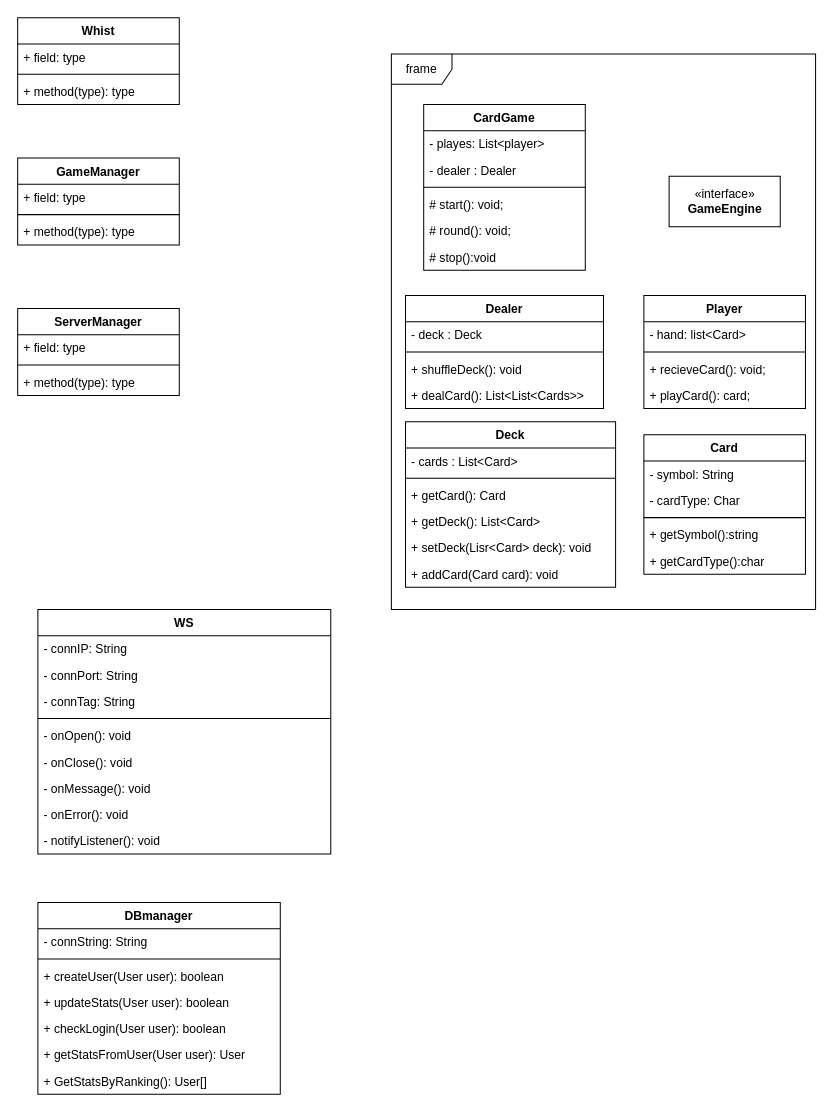
MarcusBou/KortKlubben keeps this draw.io diagram as KlasseDiagram.drawio. Above is the earlier version. Source tidied: cells renumbered, new cells numbered last; positions are measured from the earlier drawing's top-left corner, leaving out a move shared by most shapes. Both pictures are drawn from the tidied source at 101%, with x=0, y=0 at pixel (17, 17).
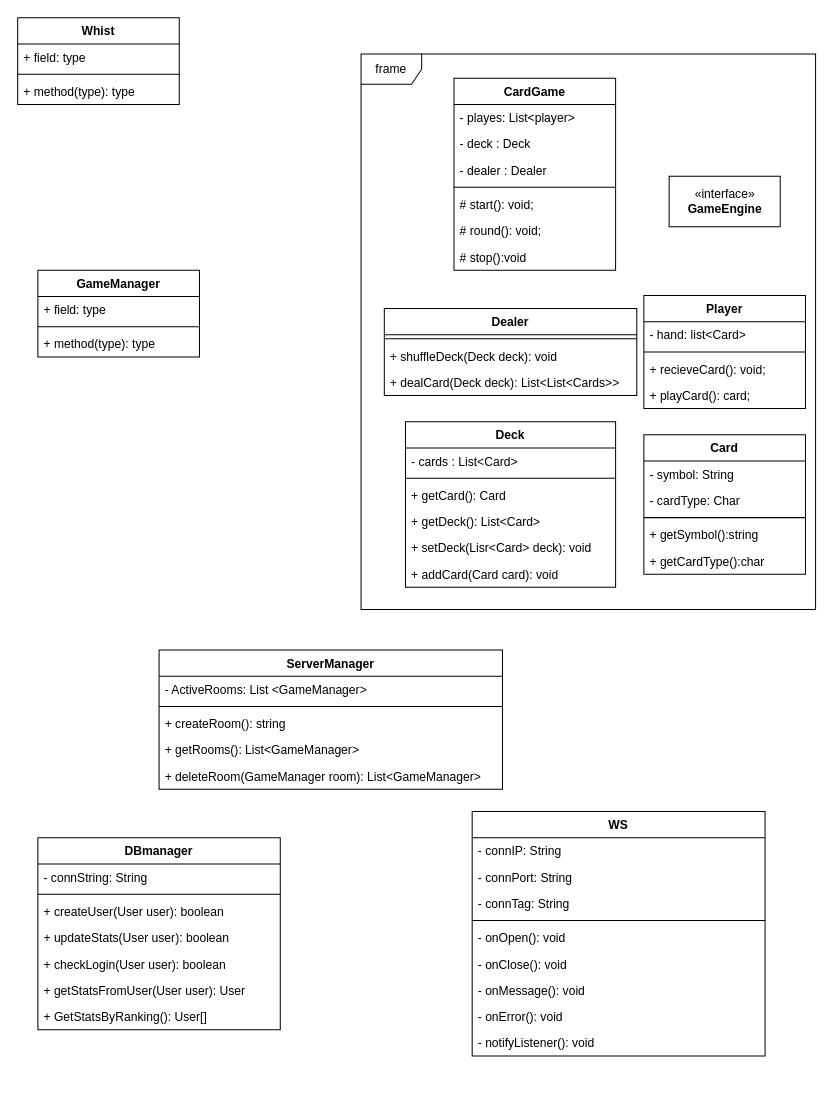
Above is the later version.

Diff of the diagram source:
```diff
@@
     <mxCell id="2" value="frame" style="shape=umlFrame;whiteSpace=wrap;html=1;" parent="1" vertex="1">
-      <mxGeometry x="370" y="36" width="420" height="550" as="geometry" />
+      <mxGeometry x="340" y="36" width="450" height="550" as="geometry" />
     </mxCell>
@@
     <mxCell id="8" value="CardGame" style="swimlane;fontStyle=1;align=center;verticalAlign=top;horizontal=1;startSize=26;" parent="1" vertex="1">
-      <mxGeometry x="402" y="86" width="160" height="164" as="geometry" />
+      <mxGeometry x="432" y="60" width="160" height="190" as="geometry" />
     </mxCell>
@@
+    <mxCell id="22" value="- deck : Deck" style="text;strokeColor=none;fillColor=none;align=left;verticalAlign=top;spacingLeft=4;spacingRight=4;overflow=hidden;" parent="8" vertex="1">
+      <mxGeometry y="52" width="160" height="26" as="geometry" />
+    </mxCell>
     <mxCell id="10" value="- dealer : Dealer" style="text;strokeColor=none;fillColor=none;align=left;verticalAlign=top;spacingLeft=4;spacingRight=4;overflow=hidden;" parent="8" vertex="1">
-      <mxGeometry y="52" width="160" height="26" as="geometry" />
+      <mxGeometry y="78" width="160" height="26" as="geometry" />
     </mxCell>
     <mxCell id="11" style="line;strokeWidth=1;fillColor=none;align=left;verticalAlign=middle;spacingTop=-1;spacingLeft=3;spacingRight=3;labelPosition=right;" parent="8" vertex="1">
-      <mxGeometry y="78" width="160" height="8" as="geometry" />
+      <mxGeometry y="104" width="160" height="8" as="geometry" />
     </mxCell>
     <mxCell id="12" value="# start(): void;" style="text;strokeColor=none;fillColor=none;align=left;verticalAlign=top;spacingLeft=4;spacingRight=4;overflow=hidden;" parent="8" vertex="1">
-      <mxGeometry y="86" width="160" height="26" as="geometry" />
+      <mxGeometry y="112" width="160" height="26" as="geometry" />
     </mxCell>
     <mxCell id="13" value="# round(): void;" style="text;strokeColor=none;fillColor=none;align=left;verticalAlign=top;spacingLeft=4;spacingRight=4;overflow=hidden;" parent="8" vertex="1">
-      <mxGeometry y="112" width="160" height="26" as="geometry" />
+      <mxGeometry y="138" width="160" height="26" as="geometry" />
     </mxCell>
     <mxCell id="14" value="# stop():void" style="text;strokeColor=none;fillColor=none;align=left;verticalAlign=top;spacingLeft=4;spacingRight=4;overflow=hidden;" parent="8" vertex="1">
-      <mxGeometry y="138" width="160" height="26" as="geometry" />
+      <mxGeometry y="164" width="160" height="26" as="geometry" />
     </mxCell>
@@
     <mxCell id="21" value="Dealer" style="swimlane;fontStyle=1;align=center;verticalAlign=top;horizontal=1;startSize=26;" parent="1" vertex="1">
-      <mxGeometry x="384" y="275" width="196" height="112" as="geometry" />
+      <mxGeometry x="363" y="288" width="250" height="86" as="geometry" />
     </mxCell>
-    <mxCell id="22" value="- deck : Deck" style="text;strokeColor=none;fillColor=none;align=left;verticalAlign=top;spacingLeft=4;spacingRight=4;overflow=hidden;" parent="21" vertex="1">
-      <mxGeometry y="26" width="196" height="26" as="geometry" />
-    </mxCell>
     <mxCell id="23" style="line;strokeWidth=1;fillColor=none;align=left;verticalAlign=middle;spacingTop=-1;spacingLeft=3;spacingRight=3;labelPosition=right;" parent="21" vertex="1">
-      <mxGeometry y="52" width="196" height="8" as="geometry" />
+      <mxGeometry y="26" width="250" height="8" as="geometry" />
     </mxCell>
-    <mxCell id="24" value="+ shuffleDeck(): void" style="text;strokeColor=none;fillColor=none;align=left;verticalAlign=top;spacingLeft=4;spacingRight=4;overflow=hidden;" parent="21" vertex="1">
-      <mxGeometry y="60" width="196" height="26" as="geometry" />
+    <mxCell id="24" value="+ shuffleDeck(Deck deck): void" style="text;strokeColor=none;fillColor=none;align=left;verticalAlign=top;spacingLeft=4;spacingRight=4;overflow=hidden;" parent="21" vertex="1">
+      <mxGeometry y="34" width="250" height="26" as="geometry" />
     </mxCell>
-    <mxCell id="25" value="+ dealCard(): List&lt;List&lt;Cards&gt;&gt;" style="text;strokeColor=none;fillColor=none;align=left;verticalAlign=top;spacingLeft=4;spacingRight=4;overflow=hidden;" parent="21" vertex="1">
-      <mxGeometry y="86" width="196" height="26" as="geometry" />
+    <mxCell id="25" value="+ dealCard(Deck deck): List&lt;List&lt;Cards&gt;&gt;" style="text;strokeColor=none;fillColor=none;align=left;verticalAlign=top;spacingLeft=4;spacingRight=4;overflow=hidden;" parent="21" vertex="1">
+      <mxGeometry y="60" width="250" height="26" as="geometry" />
     </mxCell>
@@
     <mxCell id="38" value="GameManager" style="swimlane;fontStyle=1;align=center;verticalAlign=top;horizontal=1;startSize=26;" parent="1" vertex="1">
-      <mxGeometry y="139" width="160" height="86" as="geometry" />
+      <mxGeometry x="20" y="250" width="160" height="86" as="geometry" />
     </mxCell>
@@
     <mxCell id="42" value="WS" style="swimlane;fontStyle=1;align=center;verticalAlign=top;horizontal=1;startSize=26;" parent="1" vertex="1">
-      <mxGeometry x="20" y="586" width="290" height="242" as="geometry" />
+      <mxGeometry x="450" y="786" width="290" height="242" as="geometry" />
     </mxCell>
@@
     <mxCell id="52" value="ServerManager" style="swimlane;fontStyle=1;align=center;verticalAlign=top;horizontal=1;startSize=26;" parent="1" vertex="1">
-      <mxGeometry y="288" width="160" height="86" as="geometry" />
+      <mxGeometry x="140" y="626" width="340" height="138" as="geometry" />
     </mxCell>
-    <mxCell id="53" value="+ field: type" style="text;strokeColor=none;fillColor=none;align=left;verticalAlign=top;spacingLeft=4;spacingRight=4;overflow=hidden;" parent="52" vertex="1">
-      <mxGeometry y="26" width="160" height="26" as="geometry" />
+    <mxCell id="53" value="- ActiveRooms: List &lt;GameManager&gt;" style="text;strokeColor=none;fillColor=none;align=left;verticalAlign=top;spacingLeft=4;spacingRight=4;overflow=hidden;" parent="52" vertex="1">
+      <mxGeometry y="26" width="340" height="26" as="geometry" />
     </mxCell>
     <mxCell id="54" style="line;strokeWidth=1;fillColor=none;align=left;verticalAlign=middle;spacingTop=-1;spacingLeft=3;spacingRight=3;labelPosition=right;" parent="52" vertex="1">
-      <mxGeometry y="52" width="160" height="8" as="geometry" />
+      <mxGeometry y="52" width="340" height="8" as="geometry" />
     </mxCell>
+    <mxCell id="64" value="+ createRoom(): string" style="text;strokeColor=none;fillColor=none;align=left;verticalAlign=top;spacingLeft=4;spacingRight=4;overflow=hidden;" parent="52" vertex="1">
+      <mxGeometry y="60" width="340" height="26" as="geometry" />
+    </mxCell>
+    <mxCell id="65" value="+ getRooms(): List&lt;GameManager&gt;" style="text;strokeColor=none;fillColor=none;align=left;verticalAlign=top;spacingLeft=4;spacingRight=4;overflow=hidden;" parent="52" vertex="1">
+      <mxGeometry y="86" width="340" height="26" as="geometry" />
+    </mxCell>
-    <mxCell id="55" value="+ method(type): type" style="text;strokeColor=none;fillColor=none;align=left;verticalAlign=top;spacingLeft=4;spacingRight=4;overflow=hidden;" parent="52" vertex="1">
-      <mxGeometry y="60" width="160" height="26" as="geometry" />
+    <mxCell id="55" value="+ deleteRoom(GameManager room): List&lt;GameManager&gt;" style="text;strokeColor=none;fillColor=none;align=left;verticalAlign=top;spacingLeft=4;spacingRight=4;overflow=hidden;" parent="52" vertex="1">
+      <mxGeometry y="112" width="340" height="26" as="geometry" />
     </mxCell>
     <mxCell id="56" value="DBmanager" style="swimlane;fontStyle=1;align=center;verticalAlign=top;horizontal=1;startSize=26;" parent="1" vertex="1">
-      <mxGeometry x="20" y="876" width="240" height="190" as="geometry" />
+      <mxGeometry x="20" y="812" width="240" height="190" as="geometry" />
     </mxCell>
```
